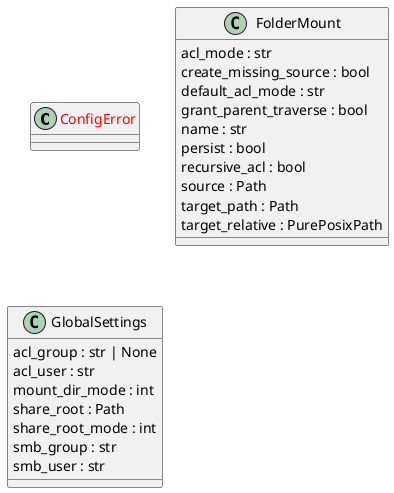
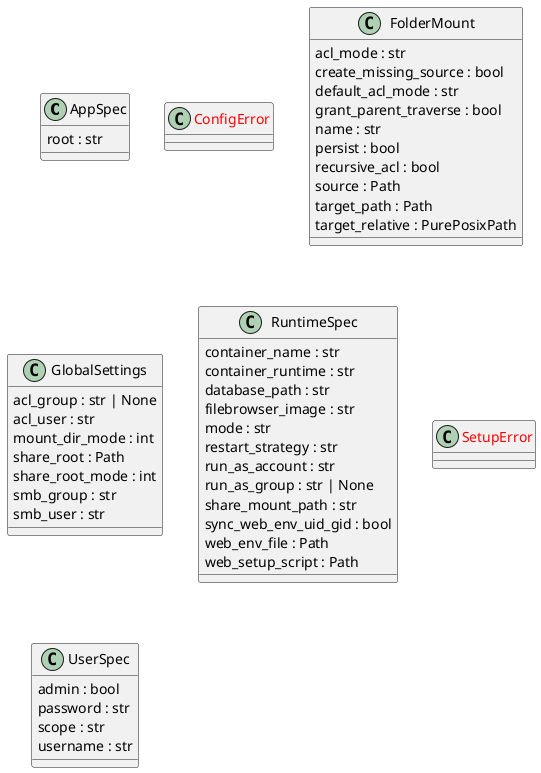
@startuml classes_snowbridge
set namespaceSeparator none
+ class "AppSpec" as setup_filebrowser_access.AppSpec {
+   root : str
+ }
class "<color:red>ConfigError</color>" as setup_bind_share.ConfigError {
}
class "FolderMount" as setup_bind_share.FolderMount {
  acl_mode : str
  create_missing_source : bool
  default_acl_mode : str
  grant_parent_traverse : bool
  name : str
  persist : bool
  recursive_acl : bool
  source : Path
  target_path : Path
  target_relative : PurePosixPath
}
class "GlobalSettings" as setup_bind_share.GlobalSettings {
  acl_group : str | None
  acl_user : str
  mount_dir_mode : int
  share_root : Path
  share_root_mode : int
  smb_group : str
  smb_user : str
}
+ class "RuntimeSpec" as setup_filebrowser_access.RuntimeSpec {
+   container_name : str
+   container_runtime : str
+   database_path : str
+   filebrowser_image : str
+   mode : str
+   restart_strategy : str
+   run_as_account : str
+   run_as_group : str | None
+   share_mount_path : str
+   sync_web_env_uid_gid : bool
+   web_env_file : Path
+   web_setup_script : Path
+ }
+ class "<color:red>SetupError</color>" as setup_filebrowser_access.SetupError {
+ }
+ class "UserSpec" as setup_filebrowser_access.UserSpec {
+   admin : bool
+   password : str
+   scope : str
+   username : str
+ }
@enduml
